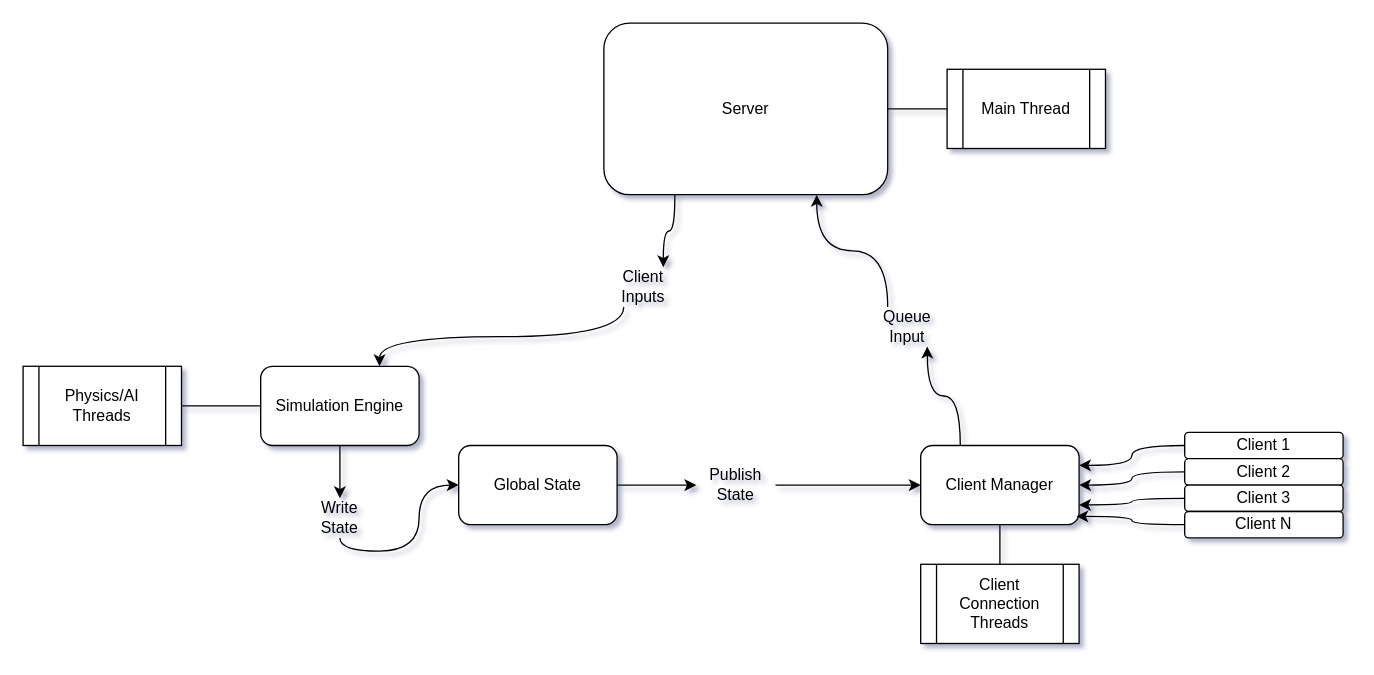
The draw.io diagram documentation/pulse_server.drawio in rhammy/pulse_server, before the edit. Source tidied: cells renumbered, new cells numbered last; positions are measured from the earlier drawing's top-left corner, leaving out a move shared by most shapes. Both pictures are drawn from the tidied source at 132%, with x=0, y=0 at pixel (22, 22).
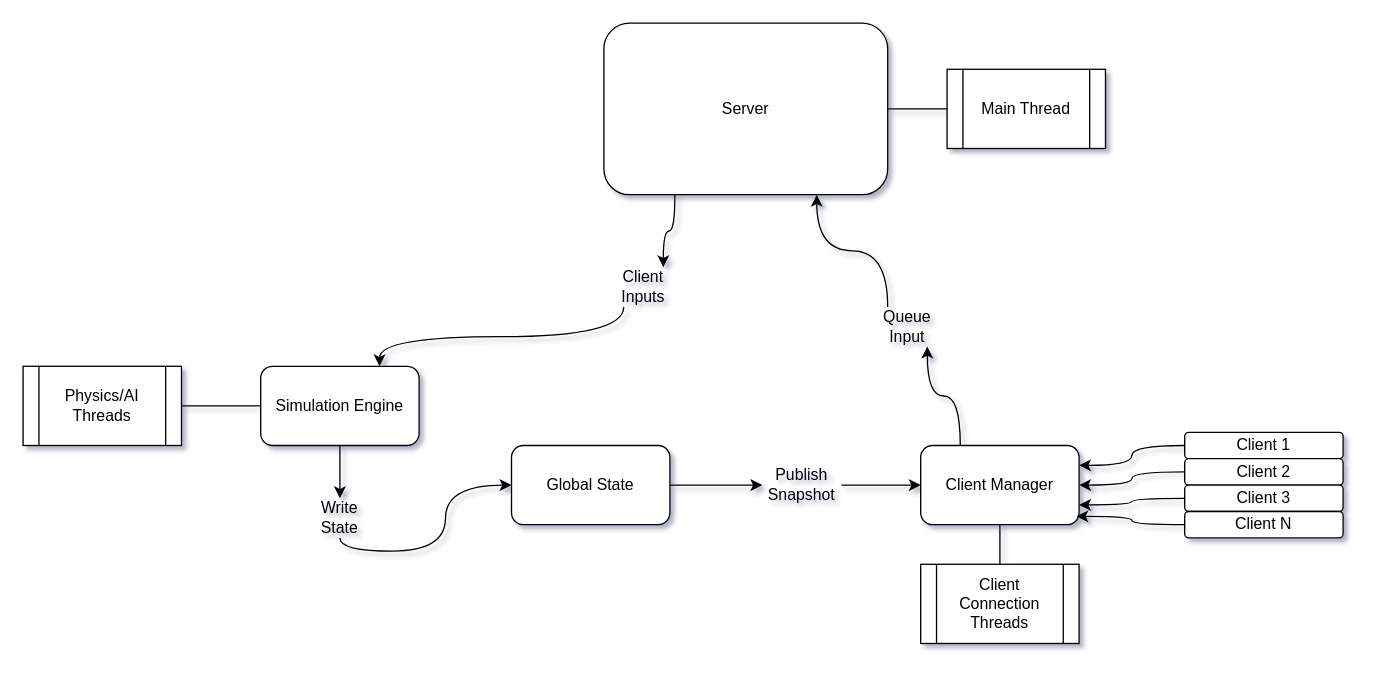
The same page after the edit.

Diff of the diagram source:
```diff
@@
     <mxCell id="13" value="Global State" style="rounded=1;whiteSpace=wrap;html=1;" parent="1" vertex="1">
-      <mxGeometry x="330" y="320" width="120" height="60" as="geometry" />
+      <mxGeometry x="370" y="320" width="120" height="60" as="geometry" />
     </mxCell>
@@
-    <mxCell id="17" value="Publish State" style="text;html=1;align=center;verticalAlign=middle;whiteSpace=wrap;rounded=0;" parent="1" vertex="1">
-      <mxGeometry x="510" y="335" width="60" height="30" as="geometry" />
+    <mxCell id="17" value="Publish Snapshot" style="text;html=1;align=center;verticalAlign=middle;whiteSpace=wrap;rounded=0;" parent="1" vertex="1">
+      <mxGeometry x="560" y="335" width="60" height="30" as="geometry" />
     </mxCell>
```
